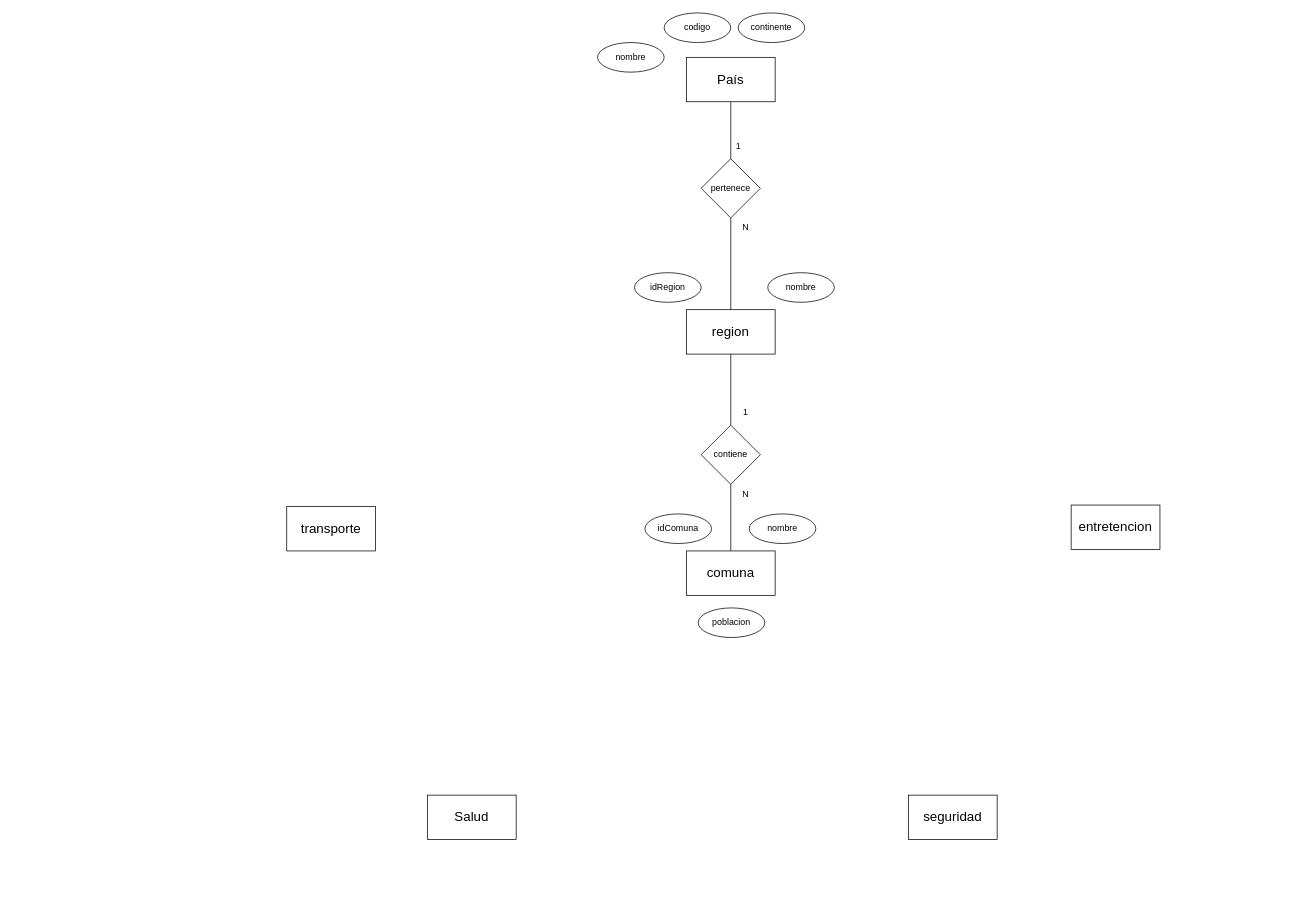
Before: Parte_B/diagrama entidad-relacion.drawio in LuisPa197/INFO133-equipo01, a draw.io diagram. Source tidied: cells renumbered, new cells numbered last; positions are measured from the earlier drawing's top-left corner, leaving out a move shared by most shapes. Both pictures are drawn from the tidied source at 74%, with x=0, y=0 at pixel (286, 13).
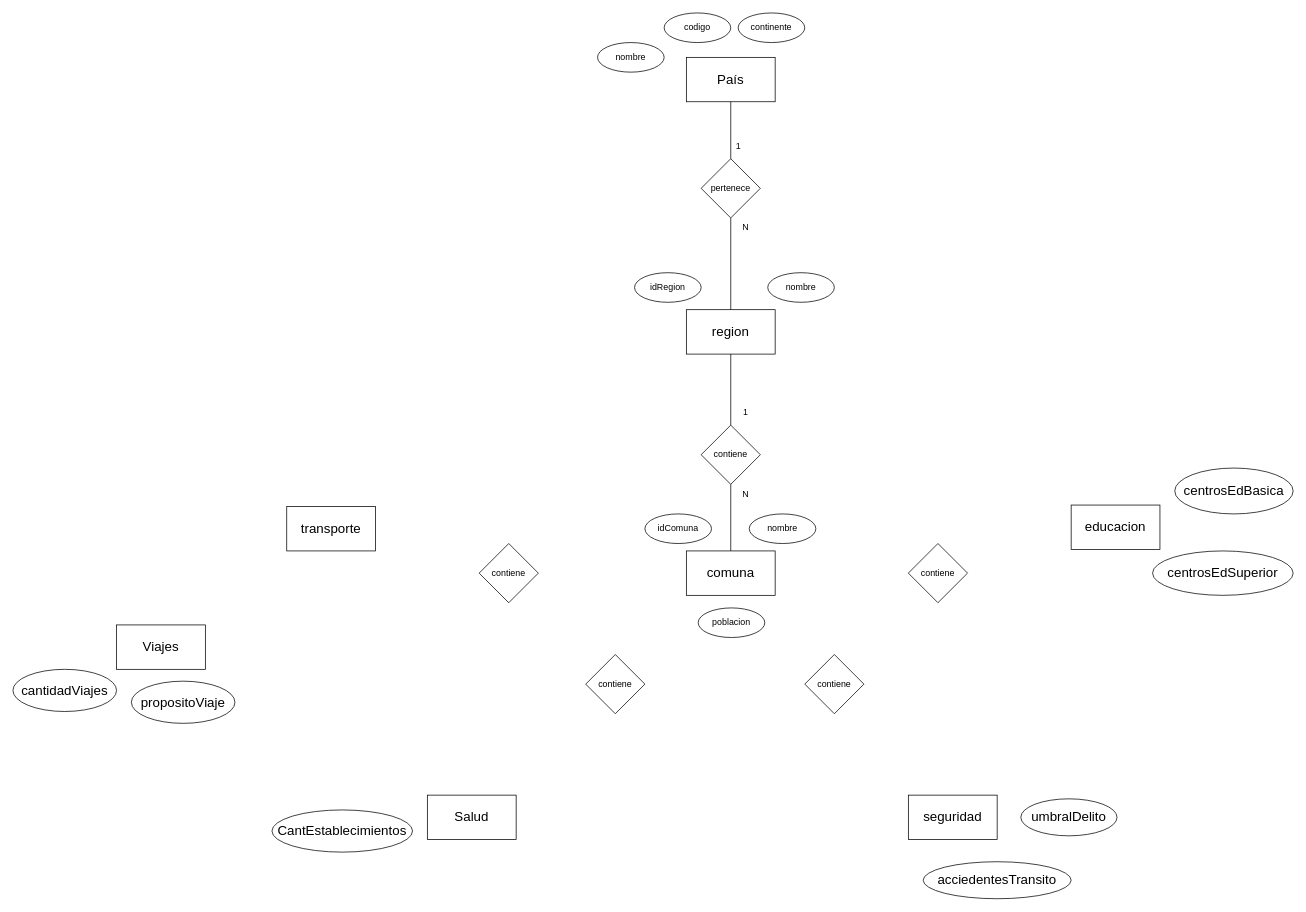
The same diagram, later.

What changed in the source:
```diff
@@
-    <mxCell id="23" value="&lt;span style=&quot;font-size: 18px;&quot;&gt;entretencion&lt;/span&gt;" style="rounded=0;whiteSpace=wrap;html=1;" parent="1" vertex="1">
+    <mxCell id="23" value="&lt;span style=&quot;font-size: 18px;&quot;&gt;educacion&lt;/span&gt;" style="rounded=0;whiteSpace=wrap;html=1;" parent="1" vertex="1">
       <mxGeometry x="1060" y="665" width="120" height="60" as="geometry" />
     </mxCell>
@@
+    <mxCell id="27" value="contiene" style="rhombus;whiteSpace=wrap;html=1;" parent="1" vertex="1">
+      <mxGeometry x="260" y="717" width="80" height="80" as="geometry" />
+    </mxCell>
+    <mxCell id="28" value="contiene" style="rhombus;whiteSpace=wrap;html=1;" parent="1" vertex="1">
+      <mxGeometry x="840" y="717" width="80" height="80" as="geometry" />
+    </mxCell>
+    <mxCell id="29" value="contiene" style="rhombus;whiteSpace=wrap;html=1;" parent="1" vertex="1">
+      <mxGeometry x="404" y="867" width="80" height="80" as="geometry" />
+    </mxCell>
+    <mxCell id="30" value="contiene" style="rhombus;whiteSpace=wrap;html=1;" parent="1" vertex="1">
+      <mxGeometry x="700" y="867" width="80" height="80" as="geometry" />
+    </mxCell>
+    <mxCell id="31" value="&lt;span style=&quot;font-size: 18px;&quot;&gt;acciedentesTransito&lt;/span&gt;" style="ellipse;whiteSpace=wrap;html=1;" parent="1" vertex="1">
+      <mxGeometry x="860" y="1147" width="200" height="50" as="geometry" />
+    </mxCell>
+    <mxCell id="32" value="&lt;span style=&quot;font-size: 18px;&quot;&gt;umbralDelito&lt;/span&gt;" style="ellipse;whiteSpace=wrap;html=1;" parent="1" vertex="1">
+      <mxGeometry x="992" y="1062" width="130" height="50" as="geometry" />
+    </mxCell>
+    <mxCell id="33" value="&lt;span style=&quot;font-size: 18px;&quot;&gt;propositoViaje&lt;/span&gt;" style="ellipse;whiteSpace=wrap;html=1;" parent="1" vertex="1">
+      <mxGeometry x="-210" y="903" width="140" height="57" as="geometry" />
+    </mxCell>
+    <mxCell id="34" value="&lt;span style=&quot;font-size: 18px;&quot;&gt;cantidadViajes&lt;/span&gt;" style="ellipse;whiteSpace=wrap;html=1;" parent="1" vertex="1">
+      <mxGeometry x="-370" y="887" width="140" height="57" as="geometry" />
+    </mxCell>
+    <mxCell id="35" value="&lt;span style=&quot;font-size: 18px;&quot;&gt;CantEstablecimientos&lt;/span&gt;" style="ellipse;whiteSpace=wrap;html=1;" parent="1" vertex="1">
+      <mxGeometry x="-20" y="1077" width="190" height="57" as="geometry" />
+    </mxCell>
+    <mxCell id="36" value="&lt;span style=&quot;font-size: 18px;&quot;&gt;centrosEdBasica&lt;/span&gt;" style="ellipse;whiteSpace=wrap;html=1;" parent="1" vertex="1">
+      <mxGeometry x="1200" y="615" width="160" height="62" as="geometry" />
+    </mxCell>
+    <mxCell id="37" value="&lt;span style=&quot;font-size: 18px;&quot;&gt;centrosEdSuperior&lt;/span&gt;" style="ellipse;whiteSpace=wrap;html=1;" parent="1" vertex="1">
+      <mxGeometry x="1170" y="727" width="190" height="60" as="geometry" />
+    </mxCell>
+    <mxCell id="38" value="&lt;font style=&quot;font-size: 18px;&quot;&gt;Viajes&lt;/font&gt;" style="rounded=0;whiteSpace=wrap;html=1;" parent="1" vertex="1">
+      <mxGeometry x="-230" y="827" width="120" height="60" as="geometry" />
+    </mxCell>
```
